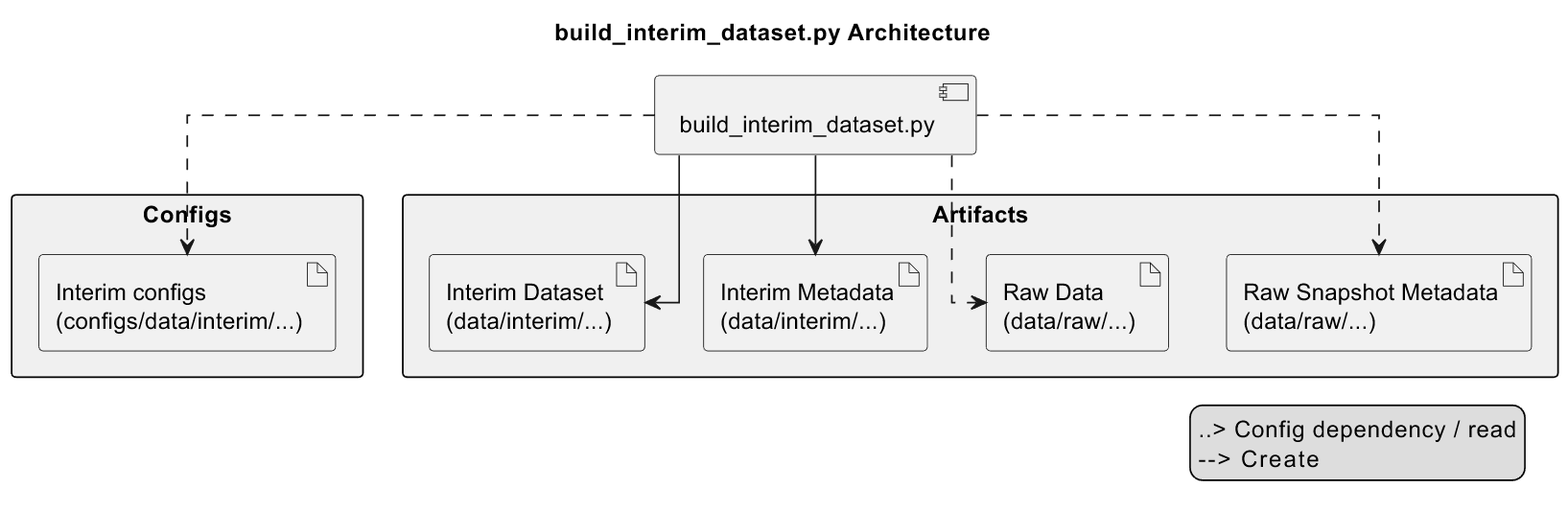
The PlantUML diagram docs/architecture/img/build_interim_dataset.png in Sebastijan-Dominis/ml-workflow-engine, before a commit. Its source is kept beside it as docs/architecture/uml/build_interim_dataset.puml.
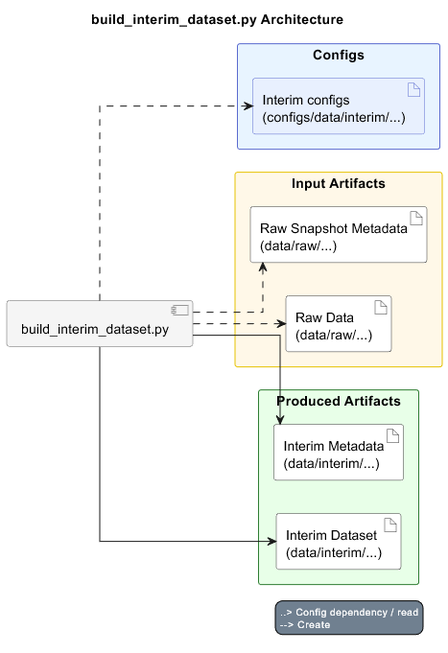
After the change.

Diff of the diagram source:
```diff
@@ -1,27 +1,26 @@
 @startuml build_interim_dataset.py Architecture
 title build_interim_dataset.py Architecture
+!include architecture-theme.puml
+left to right direction
 
 skinparam shadowing false
 skinparam linetype ortho
 skinparam packageStyle rectangle
 
-skinparam package {
-    BorderColor black
-    BackgroundColor #f0f0f0
-    Shadowing false
+package "Configs"<<Configs>> {
+    artifact interim_cfg as "Interim configs\n(configs/data/interim/...)" <<config>>
 }
 
-package "Configs" {
-    artifact interim_cfg as "Interim configs\n(configs/data/interim/...)"
+component script as "build_interim_dataset.py" <<script>>
+
+package "Input Artifacts"<<InputArtifacts>> {
+    artifact raw_snapshot_metadata as "Raw Snapshot Metadata\n(data/raw/...)" <<artifact>>
+    artifact raw_data as "Raw Data\n(data/raw/...)" <<artifact>>
 }
 
-component script as "build_interim_dataset.py"
-
-package "Artifacts" {
-    artifact raw_snapshot_metadata as "Raw Snapshot Metadata\n(data/raw/...)"
-    artifact raw_data as "Raw Data\n(data/raw/...)"
-    artifact metadata as "Interim Metadata\n(data/interim/...)"
-    artifact interim_data as "Interim Dataset\n(data/interim/...)"
+package "Produced Artifacts"<<ProducedArtifacts>> {
+    artifact metadata as "Interim Metadata\n(data/interim/...)" <<artifact>>
+    artifact interim_data as "Interim Dataset\n(data/interim/...)" <<artifact>>
 }
 
 script ..> interim_cfg
```
